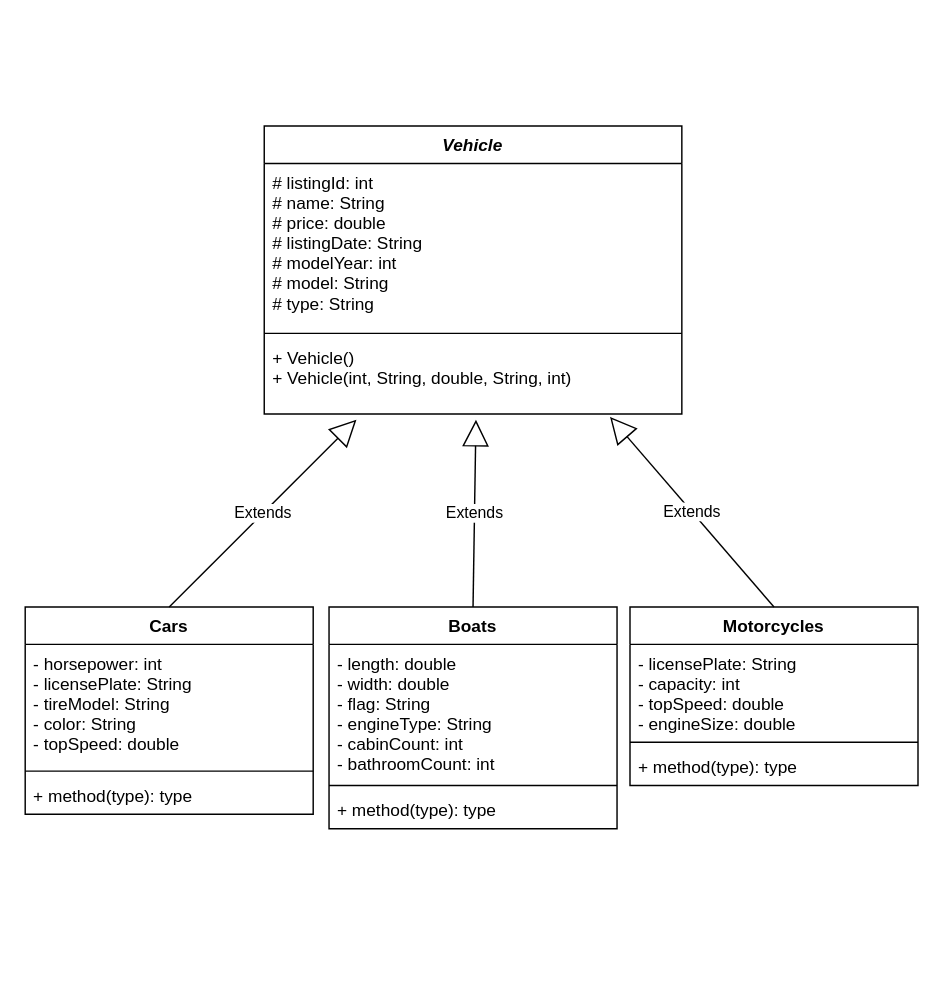
Before: UML/vehiclesellingportal.drawio in bariis/javaproject, a draw.io diagram. Source tidied: cells renumbered, new cells numbered last; positions are measured from the earlier drawing's top-left corner, leaving out a move shared by most shapes. Both pictures are drawn from the tidied source at 144%, with x=0, y=0 at pixel (24, 125).
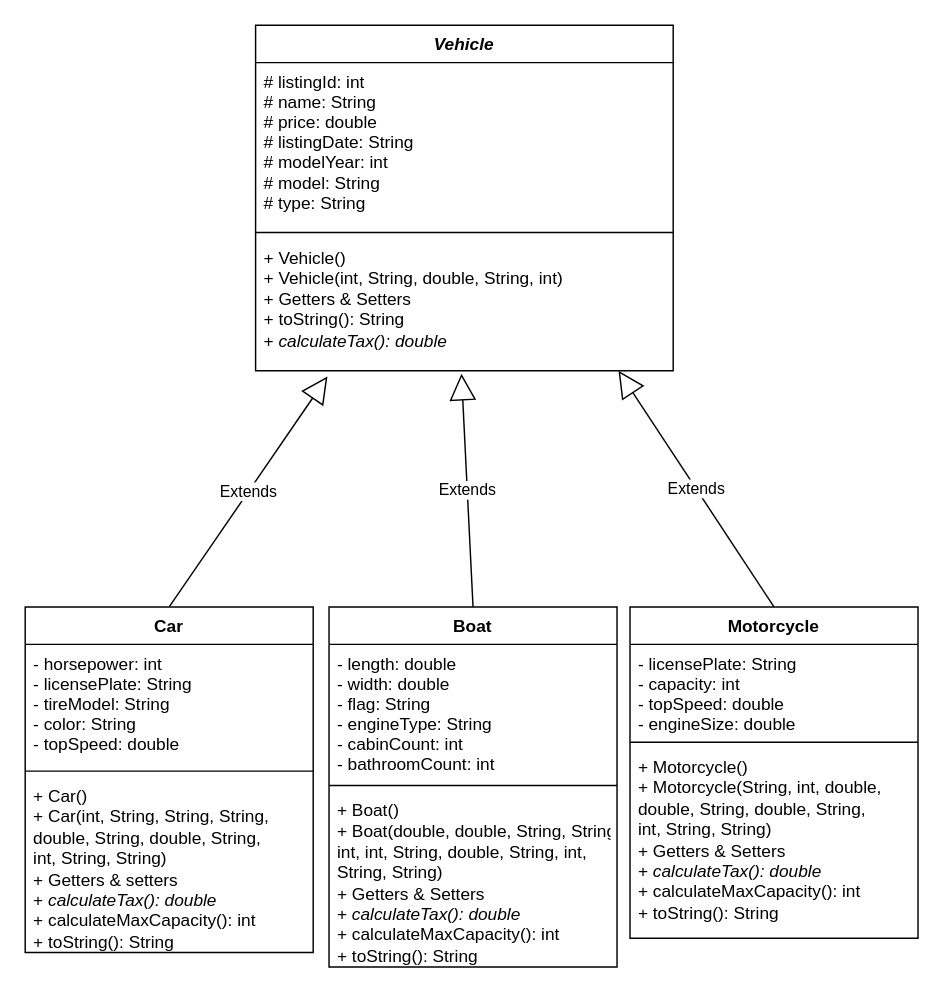
Above is the later version.

Diff of the diagram source:
```diff
@@
     <mxCell id="2" value="Vehicle" style="swimlane;fontStyle=3;align=center;verticalAlign=top;horizontal=1;startSize=26;" parent="1" vertex="1">
-      <mxGeometry x="166" width="290" height="200" as="geometry" />
+      <mxGeometry x="160" y="-70" width="290" height="240" as="geometry" />
     </mxCell>
@@
-    <mxCell id="5" value="+ Vehicle()&#10;+ Vehicle(int, String, double, String, int)" style="text;strokeColor=none;fillColor=none;align=left;verticalAlign=top;spacingLeft=4;spacingRight=4;overflow=hidden;points=[[0,0.5],[1,0.5]];portConstraint=eastwest;" parent="2" vertex="1">
-      <mxGeometry y="148" width="290" height="52" as="geometry" />
+    <mxCell id="5" value="+ Vehicle()&lt;br&gt;+ Vehicle(int, String, double, String, int)&lt;br&gt;&lt;div&gt;+ Getters &amp;amp; Setters&lt;/div&gt;&lt;div&gt;+ toString(): String&lt;/div&gt;&lt;div&gt;+&lt;i&gt; calculateTax(): double&lt;/i&gt;&lt;/div&gt;&lt;div&gt;&lt;i&gt;&lt;br&gt;&lt;/i&gt; &lt;/div&gt;" style="text;strokeColor=none;fillColor=none;align=left;verticalAlign=top;spacingLeft=4;spacingRight=4;overflow=hidden;points=[[0,0.5],[1,0.5]];portConstraint=eastwest;html=1;" parent="2" vertex="1">
+      <mxGeometry y="148" width="290" height="92" as="geometry" />
     </mxCell>
-    <mxCell id="6" value="Cars" style="swimlane;fontStyle=1;align=center;verticalAlign=top;horizontal=1;startSize=26;" parent="1" vertex="1">
-      <mxGeometry y="334" width="200" height="144" as="geometry" />
+    <mxCell id="6" value="Car" style="swimlane;fontStyle=1;align=center;verticalAlign=top;horizontal=1;startSize=26;" parent="1" vertex="1">
+      <mxGeometry y="334" width="200" height="240" as="geometry" />
     </mxCell>
@@
-    <mxCell id="9" value="+ method(type): type" style="text;strokeColor=none;fillColor=none;align=left;verticalAlign=top;spacingLeft=4;spacingRight=4;overflow=hidden;" parent="6" vertex="1">
-      <mxGeometry y="118" width="200" height="26" as="geometry" />
+    <mxCell id="9" value="+ Car()&lt;br&gt;+ Car(int, String, String, String,&lt;br&gt;double, String, double, String,&lt;br&gt;int, String, String)&lt;br&gt;+ Getters &amp;amp; setters&lt;br&gt;+ &lt;i&gt;calculateTax(): double&lt;/i&gt;&lt;br&gt;+ calculateMaxCapacity(): int&lt;br&gt;+ toString(): String" style="text;strokeColor=none;fillColor=none;align=left;verticalAlign=top;spacingLeft=4;spacingRight=4;overflow=hidden;html=1;" parent="6" vertex="1">
+      <mxGeometry y="118" width="200" height="122" as="geometry" />
     </mxCell>
-    <mxCell id="10" value="Boats" style="swimlane;fontStyle=1;align=center;verticalAlign=top;horizontal=1;startSize=26;" parent="1" vertex="1">
-      <mxGeometry x="211" y="334" width="200" height="154" as="geometry" />
+    <mxCell id="10" value="Boat" style="swimlane;fontStyle=1;align=center;verticalAlign=top;horizontal=1;startSize=26;" parent="1" vertex="1">
+      <mxGeometry x="211" y="334" width="200" height="250" as="geometry" />
     </mxCell>
@@
-    <mxCell id="13" value="+ method(type): type" style="text;strokeColor=none;fillColor=none;align=left;verticalAlign=top;spacingLeft=4;spacingRight=4;overflow=hidden;" parent="10" vertex="1">
-      <mxGeometry y="128" width="200" height="26" as="geometry" />
+    <mxCell id="13" value="+ Boat()&lt;br&gt;+ Boat(double, double, String, String&lt;br&gt;int, int, String, double, String, int, &lt;br&gt;String, String)&lt;br&gt;&lt;div&gt;+ Getters &amp;amp; Setters&lt;/div&gt;&lt;div&gt;+ &lt;i&gt;calculateTax(): double&lt;/i&gt;&lt;/div&gt;+ calculateMaxCapacity(): int&lt;br&gt;+ toString(): String" style="text;strokeColor=none;fillColor=none;align=left;verticalAlign=top;spacingLeft=4;spacingRight=4;overflow=hidden;fontStyle=0;html=1;" parent="10" vertex="1">
+      <mxGeometry y="128" width="200" height="122" as="geometry" />
     </mxCell>
-    <mxCell id="14" value="Motorcycles" style="swimlane;fontStyle=1;align=center;verticalAlign=top;horizontal=1;startSize=26;" parent="1" vertex="1">
-      <mxGeometry x="420" y="334" width="200" height="124" as="geometry" />
+    <mxCell id="14" value="Motorcycle" style="swimlane;fontStyle=1;align=center;verticalAlign=top;horizontal=1;startSize=26;" parent="1" vertex="1">
+      <mxGeometry x="420" y="334" width="200" height="230" as="geometry" />
     </mxCell>
@@
-    <mxCell id="17" value="+ method(type): type" style="text;strokeColor=none;fillColor=none;align=left;verticalAlign=top;spacingLeft=4;spacingRight=4;overflow=hidden;" parent="14" vertex="1">
-      <mxGeometry y="98" width="200" height="26" as="geometry" />
+    <mxCell id="17" value="+ Motorcycle()&lt;br&gt;+ Motorcycle(String, int, double,&lt;br&gt;double, String, double, String, &lt;br&gt;int, String, String)&lt;br&gt;+ Getters &amp;amp; Setters&lt;br&gt;+ &lt;i&gt;calculateTax(): double&lt;/i&gt;&lt;br&gt;+ calculateMaxCapacity(): int&lt;br&gt;+ toString(): String" style="text;strokeColor=none;fillColor=none;align=left;verticalAlign=top;spacingLeft=4;spacingRight=4;overflow=hidden;html=1;" parent="14" vertex="1">
+      <mxGeometry y="98" width="200" height="132" as="geometry" />
     </mxCell>
-    <mxCell id="18" value="Extends" style="endArrow=block;endSize=16;endFill=0;html=1;entryX=0.507;entryY=1.077;entryDx=0;entryDy=0;entryPerimeter=0;exitX=0.5;exitY=0;exitDx=0;exitDy=0;" parent="1" edge="1" source="10" target="5">
+    <mxCell id="18" value="Extends" style="endArrow=block;endSize=16;endFill=0;html=1;exitX=0.5;exitY=0;exitDx=0;exitDy=0;entryX=0.493;entryY=1.022;entryDx=0;entryDy=0;entryPerimeter=0;" parent="1" edge="1" source="10" target="5">
       <mxGeometry relative="1" as="geometry" />
     </mxCell>
-    <mxCell id="19" value="Extends" style="endArrow=block;endSize=16;endFill=0;html=1;exitX=0.5;exitY=0;exitDx=0;exitDy=0;" parent="1" edge="1" source="6">
-      <mxGeometry relative="1" as="geometry">
-        <mxPoint x="230" y="204" as="targetPoint" />
-      </mxGeometry>
+    <mxCell id="19" value="Extends" style="endArrow=block;endSize=16;endFill=0;html=1;exitX=0.5;exitY=0;exitDx=0;exitDy=0;entryX=0.172;entryY=1.043;entryDx=0;entryDy=0;entryPerimeter=0;" parent="1" edge="1" source="6" target="5">
+      <mxGeometry relative="1" as="geometry" />
     </mxCell>
-    <mxCell id="20" value="Extends" style="endArrow=block;endSize=16;endFill=0;html=1;entryX=0.828;entryY=1.038;entryDx=0;entryDy=0;entryPerimeter=0;exitX=0.5;exitY=0;exitDx=0;exitDy=0;" parent="1" edge="1" source="14" target="5">
+    <mxCell id="20" value="Extends" style="endArrow=block;endSize=16;endFill=0;html=1;exitX=0.5;exitY=0;exitDx=0;exitDy=0;entryX=0.869;entryY=1;entryDx=0;entryDy=0;entryPerimeter=0;" parent="1" edge="1" source="14" target="5">
       <mxGeometry relative="1" as="geometry" />
     </mxCell>
```
